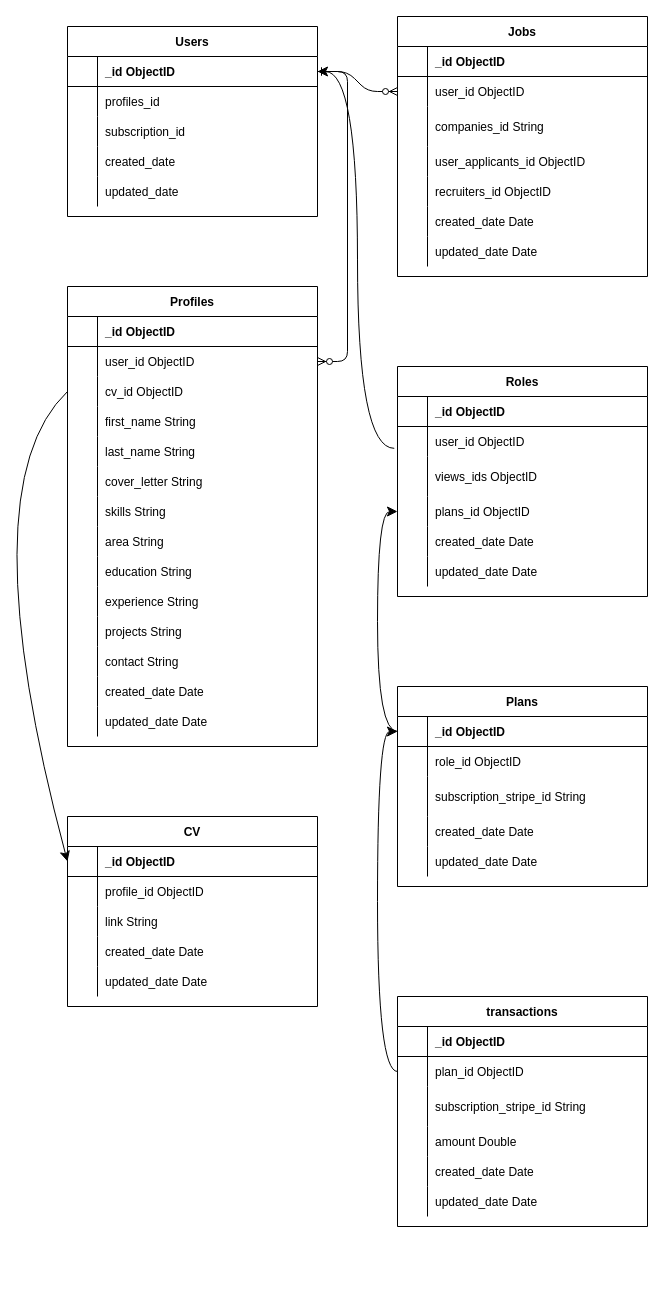
rcrdevelop/AutoGPT keeps this draw.io diagram as page "Page-1" (1 of 2) of diagrama-de-datos.drawio. Above is the earlier version. Source tidied: cells renumbered, new cells numbered last; positions are measured from the earlier drawing's top-left corner, leaving out a move shared by most shapes. Both pictures are drawn from the tidied source at 100%, with x=0, y=0 at pixel (-33, 16).
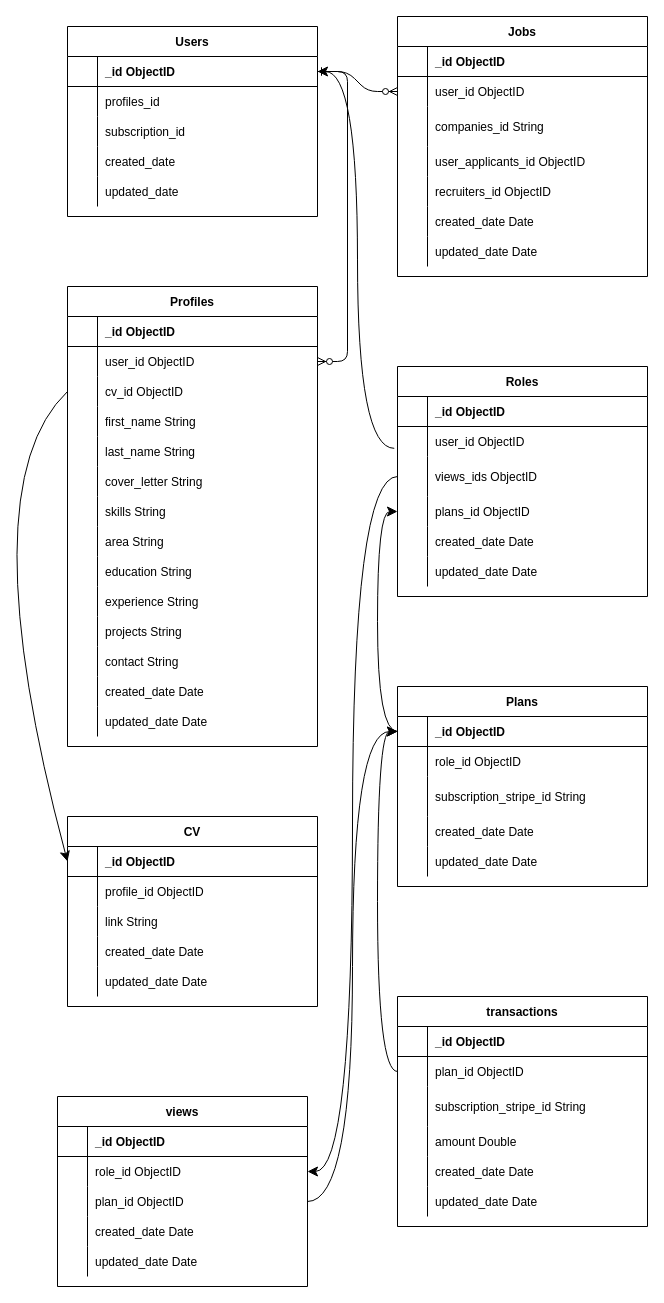
After the change.

The change refers to these unchanged cells:
```xml
<mxCell id="109" style="shape=partialRectangle;fillColor=none;points=[[0,0.5],[1,0.5]];portConstraint=eastwest;top=0;left=0;right=0;bottom=0;" parent="102" vertex="1">
  <mxGeometry y="90" width="250" height="40" as="geometry" />
</mxCell>
<mxCell id="123" style="shape=partialRectangle;fillColor=none;points=[[0,0.5],[1,0.5]];portConstraint=eastwest;top=0;left=0;right=0;bottom=1;" parent="122" vertex="1">
  <mxGeometry y="30" width="250" height="30" as="geometry" />
</mxCell>
```

Change to the diagram source:
```diff
@@
+    <mxCell id="159" value="views" style="shape=table;startSize=30;childLayout=tableLayout;rowLines=0;fontStyle=1;align=center;" parent="1" vertex="1">
+      <mxGeometry x="90" y="1080" width="250" height="190" as="geometry" />
+    </mxCell>
+    <mxCell id="160" style="shape=partialRectangle;fillColor=none;top=0;left=0;right=0;bottom=1;" parent="159" vertex="1">
+      <mxGeometry y="30" width="250" height="30" as="geometry" />
+    </mxCell>
+    <mxCell id="161" style="shape=partialRectangle;overflow=hidden;fillColor=none;top=0;left=0;bottom=0;right=0;fontStyle=1;" parent="160" vertex="1">
+      <mxGeometry width="30" height="30" as="geometry" />
+    </mxCell>
+    <mxCell id="162" value="_id ObjectID" style="shape=partialRectangle;overflow=hidden;fillColor=none;top=0;left=0;bottom=0;right=0;align=left;spacingLeft=6;fontStyle=1;" parent="160" vertex="1">
+      <mxGeometry x="30" width="220" height="30" as="geometry" />
+    </mxCell>
+    <mxCell id="163" style="shape=partialRectangle;fillColor=none;points=[[0,0.5],[1,0.5]];portConstraint=eastwest;top=0;left=0;right=0;bottom=0;" parent="159" vertex="1">
+      <mxGeometry y="60" width="250" height="30" as="geometry" />
+    </mxCell>
+    <mxCell id="164" style="shape=partialRectangle;overflow=hidden;fillColor=none;top=0;left=0;bottom=0;right=0;" parent="163" vertex="1">
+      <mxGeometry width="30" height="30" as="geometry" />
+    </mxCell>
+    <mxCell id="165" value="role_id ObjectID" style="shape=partialRectangle;overflow=hidden;fillColor=none;top=0;left=0;bottom=0;right=0;align=left;spacingLeft=6;" parent="163" vertex="1">
+      <mxGeometry x="30" width="220" height="30" as="geometry" />
+    </mxCell>
+    <mxCell id="166" style="shape=partialRectangle;fillColor=none;points=[[0,0.5],[1,0.5]];portConstraint=eastwest;top=0;left=0;right=0;bottom=0;" parent="159" vertex="1">
+      <mxGeometry y="90" width="250" height="30" as="geometry" />
+    </mxCell>
+    <mxCell id="167" style="shape=partialRectangle;overflow=hidden;fillColor=none;top=0;left=0;bottom=0;right=0;" parent="166" vertex="1">
+      <mxGeometry width="30" height="30" as="geometry" />
+    </mxCell>
+    <mxCell id="168" value="plan_id ObjectID" style="shape=partialRectangle;overflow=hidden;fillColor=none;top=0;left=0;bottom=0;right=0;align=left;spacingLeft=6;" parent="166" vertex="1">
+      <mxGeometry x="30" width="220" height="30" as="geometry" />
+    </mxCell>
+    <mxCell id="169" style="shape=partialRectangle;fillColor=none;top=0;left=0;right=0;bottom=0;" parent="159" vertex="1">
+      <mxGeometry y="120" width="250" height="30" as="geometry" />
+    </mxCell>
+    <mxCell id="170" style="shape=partialRectangle;overflow=hidden;fillColor=none;top=0;left=0;bottom=0;right=0;" parent="169" vertex="1">
+      <mxGeometry width="30" height="30" as="geometry" />
+    </mxCell>
+    <mxCell id="171" value="created_date Date" style="shape=partialRectangle;overflow=hidden;fillColor=none;top=0;left=0;bottom=0;right=0;align=left;spacingLeft=6;" parent="169" vertex="1">
+      <mxGeometry x="30" width="220" height="30" as="geometry" />
+    </mxCell>
+    <mxCell id="172" style="shape=partialRectangle;fillColor=none;top=0;left=0;right=0;bottom=0;" parent="159" vertex="1">
+      <mxGeometry y="150" width="250" height="30" as="geometry" />
+    </mxCell>
+    <mxCell id="173" style="shape=partialRectangle;overflow=hidden;fillColor=none;top=0;left=0;bottom=0;right=0;" parent="172" vertex="1">
+      <mxGeometry width="30" height="30" as="geometry" />
+    </mxCell>
+    <mxCell id="174" value="updated_date Date" style="shape=partialRectangle;overflow=hidden;fillColor=none;top=0;left=0;bottom=0;right=0;align=left;spacingLeft=6;" parent="172" vertex="1">
+      <mxGeometry x="30" width="220" height="30" as="geometry" />
+    </mxCell>
+    <mxCell id="175" style="edgeStyle=orthogonalEdgeStyle;curved=1;rounded=0;jettySize=auto;html=1;fontSize=12;startSize=8;endSize=8;entryX=1;entryY=0.5;entryDx=0;entryDy=0;" parent="1" edge="1" source="109" target="163">
+      <mxGeometry relative="1" as="geometry" />
+    </mxCell>
+    <mxCell id="176" style="edgeStyle=orthogonalEdgeStyle;curved=1;rounded=0;jettySize=auto;html=1;fontSize=12;startSize=8;endSize=8;entryX=0;entryY=0.5;entryDx=0;entryDy=0;exitX=1;exitY=0.5;exitDx=0;exitDy=0;" parent="1" edge="1" source="166" target="123">
+      <mxGeometry relative="1" as="geometry" />
+    </mxCell>
```
